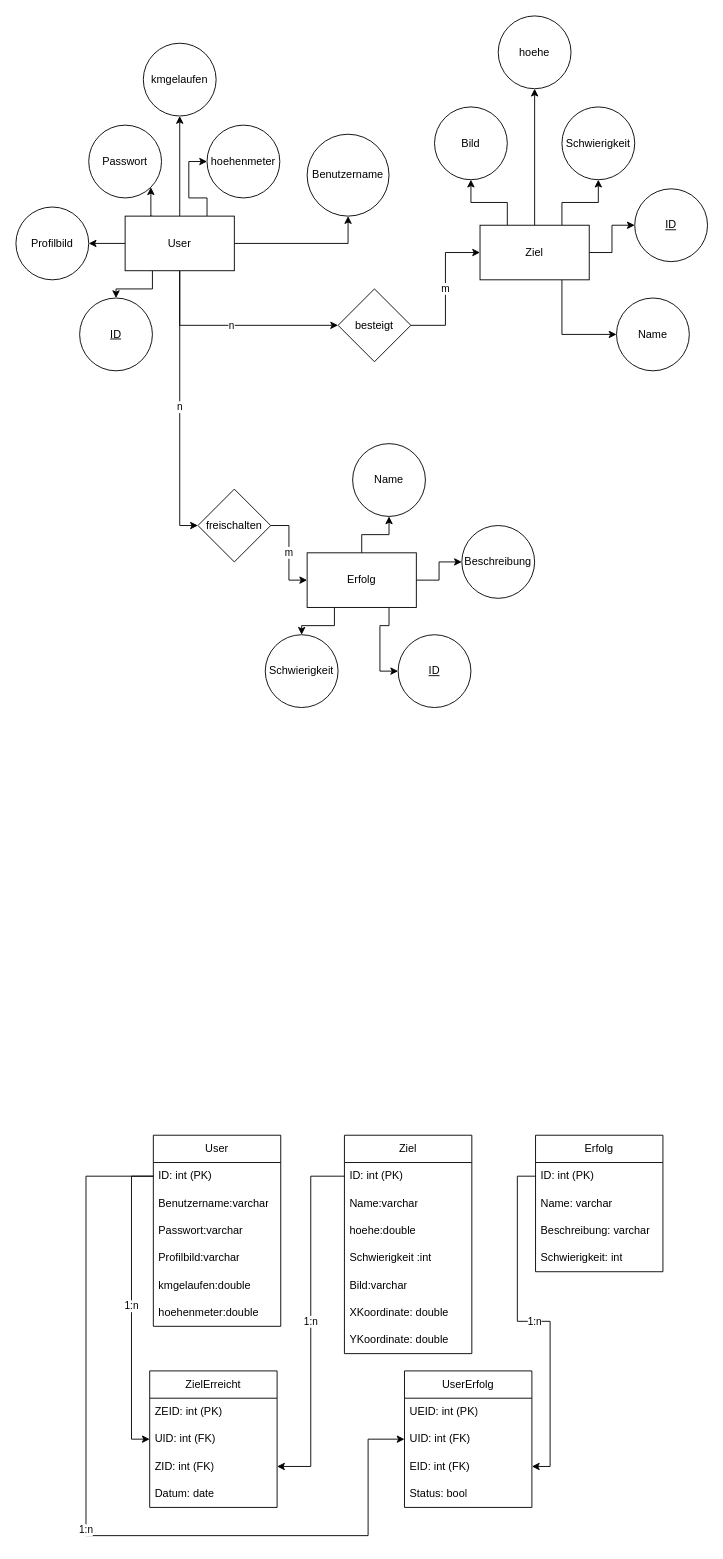
BlJanosch/Hermes keeps this draw.io diagram as doc/ERM_RM.drawio. Above is the earlier version. Source tidied: cells renumbered, new cells numbered last; positions are measured from the earlier drawing's top-left corner, leaving out a move shared by most shapes. Both pictures are drawn from the tidied source at 91%, with x=0, y=0 at pixel (15, 15).
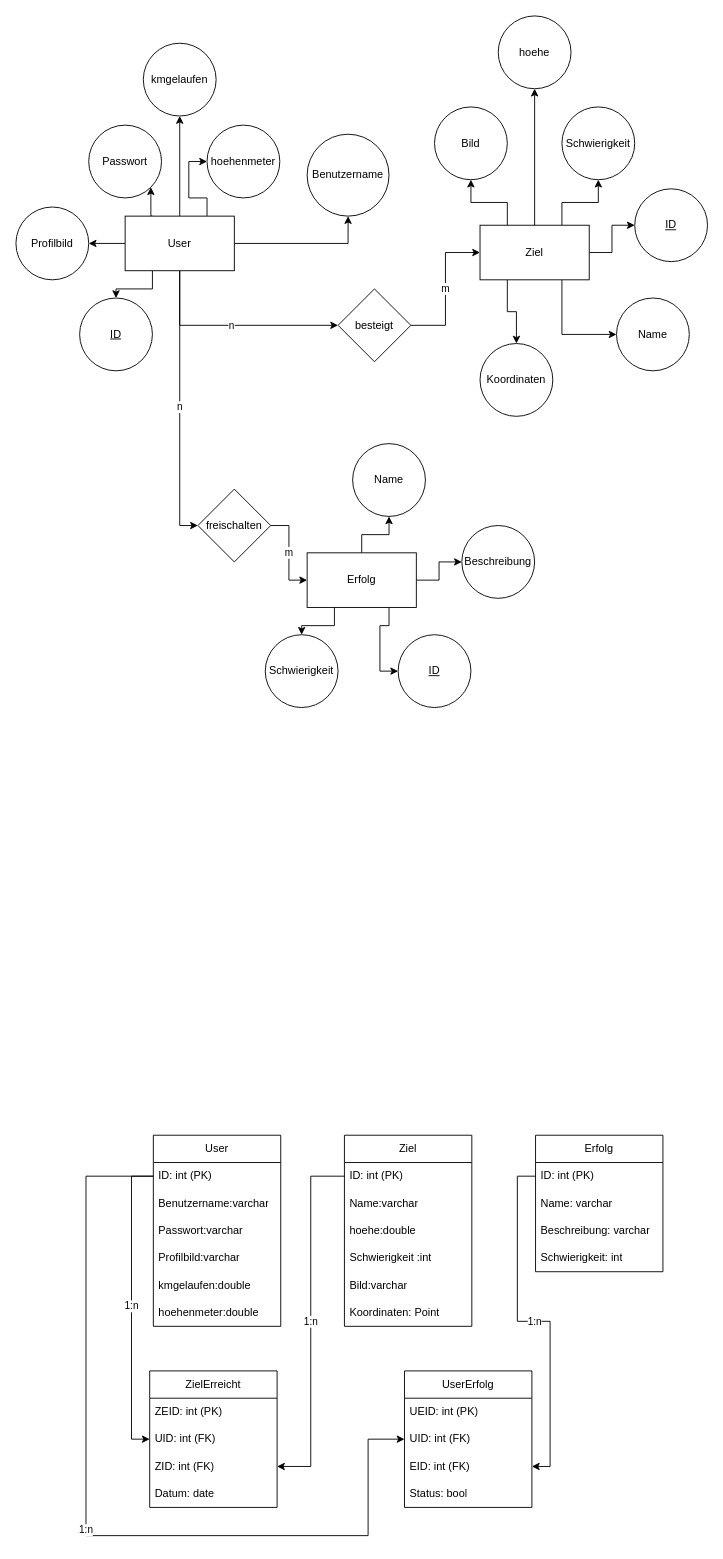
Above is the later version.

Commit message (it also covers changes not shown here):
Updated Klassendiagramm & ERM/RM

The change refers to these unchanged cells:
```xml
<mxCell id="22" value="Ziel" style="rounded=0;whiteSpace=wrap;html=1;" parent="1" vertex="1">
  <mxGeometry x="510" y="230" width="120" height="60" as="geometry" />
</mxCell>
```

Diff of the diagram source:
```diff
@@
+    <mxCell id="75" style="edgeStyle=orthogonalEdgeStyle;rounded=0;jettySize=auto;html=1;exitX=0.25;exitY=1;exitDx=0;exitDy=0;entryX=0.5;entryY=0;entryDx=0;entryDy=0;" parent="1" edge="1" source="22" target="76">
+      <mxGeometry relative="1" as="geometry" />
+    </mxCell>
@@
     <mxCell id="47" value="Ziel" style="swimlane;fontStyle=0;horizontal=1;startSize=30;whiteSpace=wrap;html=1;" parent="1" vertex="1">
-      <mxGeometry x="361" y="1230" width="140" height="240" as="geometry" />
+      <mxGeometry x="361" y="1230" width="140" height="210" as="geometry" />
     </mxCell>
@@
-    <mxCell id="53" value="XKoordinate: double" style="text;strokeColor=none;fillColor=none;align=left;verticalAlign=middle;spacingLeft=4;spacingRight=4;overflow=hidden;whiteSpace=wrap;html=1;" parent="47" vertex="1">
+    <mxCell id="53" value="Koordinaten: Point" style="text;strokeColor=none;fillColor=none;align=left;verticalAlign=middle;spacingLeft=4;spacingRight=4;overflow=hidden;whiteSpace=wrap;html=1;" parent="47" vertex="1">
       <mxGeometry y="180" width="140" height="30" as="geometry" />
     </mxCell>
-    <mxCell id="54" value="YKoordinate: double" style="text;strokeColor=none;fillColor=none;align=left;verticalAlign=middle;spacingLeft=4;spacingRight=4;overflow=hidden;whiteSpace=wrap;html=1;" parent="47" vertex="1">
-      <mxGeometry y="210" width="140" height="30" as="geometry" />
-    </mxCell>
@@
+    <mxCell id="76" value="Koordinaten" style="ellipse;whiteSpace=wrap;html=1;" parent="1" vertex="1">
+      <mxGeometry x="510" y="360" width="80" height="80" as="geometry" />
+    </mxCell>
```
